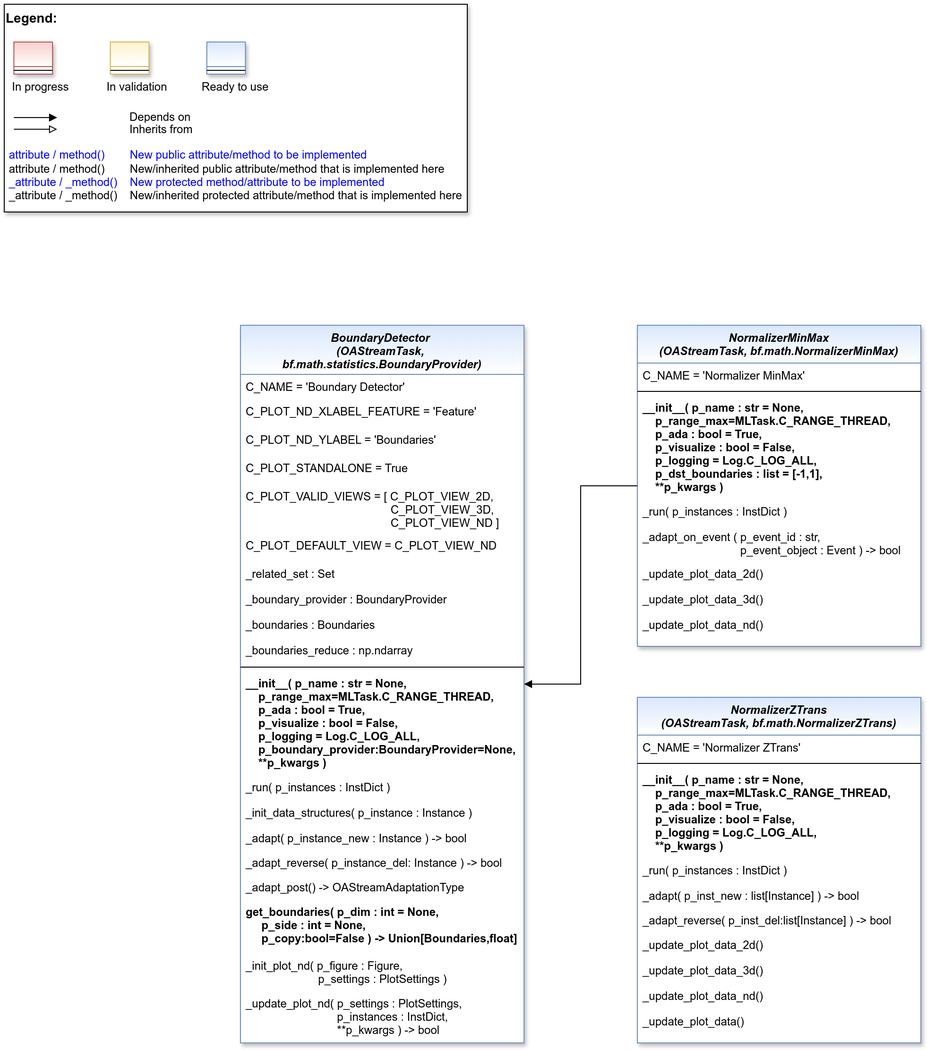
Before: doc/rtd/content/99_appendices/appendix2/sub/mlpro_oa/streams/10_preprocessing/images/MLPro-OA-Preprocessing-Tasks_class_diagram.drawio.png, a diagram exported from draw.io (fhswf/MLPro). Source tidied: cells renumbered, new cells last; positions are measured from the earlier drawing's top-left corner, leaving out a move shared by most shapes.
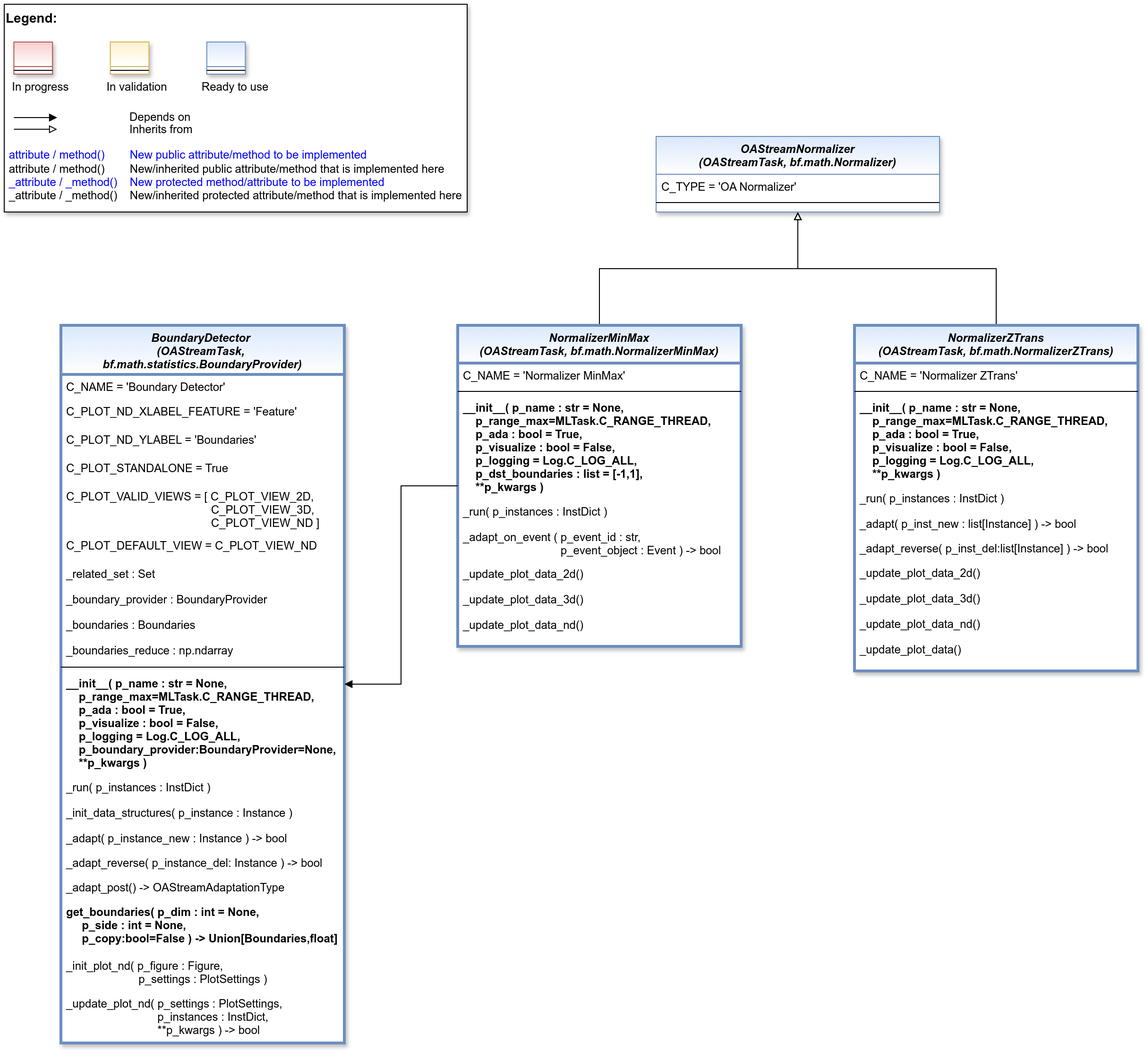
Above is the later version.

Diff of the diagram source:
```diff
@@ -43,8 +43,8 @@
     <mxCell id="11" style="line;html=1;strokeWidth=1;align=left;verticalAlign=middle;spacingTop=-1;spacingLeft=3;spacingRight=3;labelPosition=right;" parent="10" vertex="1">
       <mxGeometry y="26" width="40.8" height="8" as="geometry" />
     </mxCell>
-    <mxCell id="12" value="BoundaryDetector &#10;(OAStreamTask, &#10;bf.math.statistics.BoundaryProvider)" style="swimlane;fontStyle=3;align=center;verticalAlign=top;horizontal=1;startSize=52;rounded=0;shadow=1;strokeWidth=1;fillColor=#dae8fc;strokeColor=#6c8ebf;swimlaneFillColor=#ffffff;gradientColor=#FFFFFF;fontColor=default;" parent="1" vertex="1">
-      <mxGeometry x="250" y="340" width="300" height="760" as="geometry" />
+    <mxCell id="12" value="BoundaryDetector &#10;(OAStreamTask, &#10;bf.math.statistics.BoundaryProvider)" style="swimlane;fontStyle=3;align=center;verticalAlign=top;horizontal=1;startSize=52;rounded=0;shadow=1;strokeWidth=3;fillColor=#dae8fc;strokeColor=#6c8ebf;swimlaneFillColor=#ffffff;gradientColor=#FFFFFF;fontColor=default;" parent="1" vertex="1">
+      <mxGeometry x="60" y="340" width="300" height="760" as="geometry" />
     </mxCell>
     <mxCell id="13" value="C_NAME = 'Boundary Detector'" style="text;align=left;verticalAlign=top;spacingLeft=4;spacingRight=4;overflow=hidden;fontColor=default;" parent="12" vertex="1">
       <mxGeometry y="52" width="300" height="26" as="geometry" />
@@ -106,68 +106,83 @@
     <mxCell id="32" value="_update_plot_nd( p_settings : PlotSettings,&#10;                             p_instances : InstDict,&#10;                             **p_kwargs ) -&gt; bool" style="text;align=left;verticalAlign=top;spacingLeft=4;spacingRight=4;overflow=hidden;fontColor=default;" parent="12" vertex="1">
       <mxGeometry y="705" width="300" height="54" as="geometry" />
     </mxCell>
-    <mxCell id="33" value="NormalizerZTrans &#10;(OAStreamTask, bf.math.NormalizerZTrans)" style="swimlane;fontStyle=3;align=center;verticalAlign=top;horizontal=1;startSize=40;rounded=0;shadow=1;strokeWidth=1;fillColor=#dae8fc;strokeColor=#6c8ebf;swimlaneFillColor=#ffffff;gradientColor=#FFFFFF;" parent="1" vertex="1">
-      <mxGeometry x="670" y="734" width="300" height="366" as="geometry" />
+    <mxCell id="33" style="edgeStyle=orthogonalEdgeStyle;rounded=0;jettySize=auto;html=1;endArrow=block;endFill=0;" parent="1" edge="1" source="34" target="56">
+      <mxGeometry relative="1" as="geometry" />
     </mxCell>
-    <mxCell id="34" value="C_NAME = 'Normalizer ZTrans'" style="text;align=left;verticalAlign=top;spacingLeft=4;spacingRight=4;overflow=hidden;points=[[0,0.5],[1,0.5]];portConstraint=eastwest;fontColor=default;" parent="33" vertex="1">
-      <mxGeometry y="40" width="300" height="26" as="geometry" />
+    <mxCell id="34" value="NormalizerZTrans &#10;(OAStreamTask, bf.math.NormalizerZTrans)" style="swimlane;fontStyle=3;align=center;verticalAlign=top;horizontal=1;startSize=40;rounded=0;shadow=1;strokeWidth=3;fillColor=#dae8fc;strokeColor=#6c8ebf;swimlaneFillColor=#ffffff;gradientColor=#FFFFFF;" parent="1" vertex="1">
+      <mxGeometry x="900" y="340" width="300" height="366" as="geometry" />
     </mxCell>
-    <mxCell id="35" style="line;html=1;strokeWidth=1;align=left;verticalAlign=middle;spacingTop=-1;spacingLeft=3;spacingRight=3;labelPosition=right;" parent="33" vertex="1">
-      <mxGeometry y="66" width="300" height="8" as="geometry" />
+    <mxCell id="35" value="C_NAME = 'Normalizer ZTrans'" style="text;align=left;verticalAlign=top;spacingLeft=4;spacingRight=4;overflow=hidden;fontColor=default;" parent="34" vertex="1">
+      <mxGeometry y="40" width="300" height="26" as="geometry" />
     </mxCell>
-    <mxCell id="36" value="__init__( p_name : str = None,&#10;    p_range_max=MLTask.C_RANGE_THREAD,&#10;    p_ada : bool = True,&#10;    p_visualize : bool = False,&#10;    p_logging = Log.C_LOG_ALL,&#10;    **p_kwargs )" style="text;align=left;verticalAlign=top;spacingLeft=4;spacingRight=4;overflow=hidden;fontColor=default;fontStyle=1;" parent="33" vertex="1">
-      <mxGeometry y="74" width="300" height="96" as="geometry" />
+    <mxCell id="36" style="line;html=1;strokeWidth=1;align=left;verticalAlign=middle;spacingTop=-1;spacingLeft=3;spacingRight=3;labelPosition=right;" parent="34" vertex="1">
+      <mxGeometry y="66" width="300" height="8" as="geometry" />
     </mxCell>
-    <mxCell id="37" value="_run( p_instances : InstDict )" style="text;align=left;verticalAlign=top;spacingLeft=4;spacingRight=4;overflow=hidden;fontColor=default;" parent="33" vertex="1">
-      <mxGeometry y="170" width="300" height="27" as="geometry" />
+    <mxCell id="37" value="__init__( p_name : str = None,&#10;    p_range_max=MLTask.C_RANGE_THREAD,&#10;    p_ada : bool = True,&#10;    p_visualize : bool = False,&#10;    p_logging = Log.C_LOG_ALL,&#10;    **p_kwargs )" style="text;align=left;verticalAlign=top;spacingLeft=4;spacingRight=4;overflow=hidden;fontColor=default;fontStyle=1;" parent="34" vertex="1">
+      <mxGeometry y="74" width="300" height="96" as="geometry" />
     </mxCell>
-    <mxCell id="38" value="_adapt( p_inst_new : list[Instance] ) -&gt; bool" style="text;align=left;verticalAlign=top;spacingLeft=4;spacingRight=4;overflow=hidden;fontColor=default;" parent="33" vertex="1">
-      <mxGeometry y="197" width="300" height="26" as="geometry" />
+    <mxCell id="38" value="_run( p_instances : InstDict )" style="text;align=left;verticalAlign=top;spacingLeft=4;spacingRight=4;overflow=hidden;fontColor=default;" parent="34" vertex="1">
+      <mxGeometry y="170" width="300" height="27" as="geometry" />
     </mxCell>
-    <mxCell id="39" value="_adapt_reverse( p_inst_del:list[Instance] ) -&gt; bool" style="text;align=left;verticalAlign=top;spacingLeft=4;spacingRight=4;overflow=hidden;fontColor=default;" parent="33" vertex="1">
-      <mxGeometry y="223" width="300" height="26" as="geometry" />
+    <mxCell id="39" value="_adapt( p_inst_new : list[Instance] ) -&gt; bool" style="text;align=left;verticalAlign=top;spacingLeft=4;spacingRight=4;overflow=hidden;fontColor=default;" parent="34" vertex="1">
+      <mxGeometry y="197" width="300" height="26" as="geometry" />
     </mxCell>
-    <mxCell id="40" value="_update_plot_data_2d()" style="text;align=left;verticalAlign=top;spacingLeft=4;spacingRight=4;overflow=hidden;fontColor=default;" parent="33" vertex="1">
-      <mxGeometry y="249" width="300" height="27" as="geometry" />
+    <mxCell id="40" value="_adapt_reverse( p_inst_del:list[Instance] ) -&gt; bool" style="text;align=left;verticalAlign=top;spacingLeft=4;spacingRight=4;overflow=hidden;fontColor=default;" parent="34" vertex="1">
+      <mxGeometry y="223" width="300" height="26" as="geometry" />
     </mxCell>
-    <mxCell id="41" value="_update_plot_data_3d()" style="text;align=left;verticalAlign=top;spacingLeft=4;spacingRight=4;overflow=hidden;fontColor=default;" parent="33" vertex="1">
-      <mxGeometry y="276" width="300" height="27" as="geometry" />
+    <mxCell id="41" value="_update_plot_data_2d()" style="text;align=left;verticalAlign=top;spacingLeft=4;spacingRight=4;overflow=hidden;fontColor=default;" parent="34" vertex="1">
+      <mxGeometry y="249" width="300" height="27" as="geometry" />
     </mxCell>
-    <mxCell id="42" value="_update_plot_data_nd()" style="text;align=left;verticalAlign=top;spacingLeft=4;spacingRight=4;overflow=hidden;fontColor=default;" parent="33" vertex="1">
-      <mxGeometry y="303" width="300" height="27" as="geometry" />
+    <mxCell id="42" value="_update_plot_data_3d()" style="text;align=left;verticalAlign=top;spacingLeft=4;spacingRight=4;overflow=hidden;fontColor=default;" parent="34" vertex="1">
+      <mxGeometry y="276" width="300" height="27" as="geometry" />
     </mxCell>
-    <mxCell id="43" value="_update_plot_data()" style="text;align=left;verticalAlign=top;spacingLeft=4;spacingRight=4;overflow=hidden;fontColor=default;" parent="33" vertex="1">
-      <mxGeometry y="330" width="300" height="27" as="geometry" />
+    <mxCell id="43" value="_update_plot_data_nd()" style="text;align=left;verticalAlign=top;spacingLeft=4;spacingRight=4;overflow=hidden;fontColor=default;" parent="34" vertex="1">
+      <mxGeometry y="303" width="300" height="27" as="geometry" />
     </mxCell>
-    <mxCell id="44" value="NormalizerMinMax &#10;(OAStreamTask, bf.math.NormalizerMinMax)" style="swimlane;fontStyle=3;align=center;verticalAlign=top;horizontal=1;startSize=40;rounded=0;shadow=1;strokeWidth=1;fillColor=#dae8fc;strokeColor=#6c8ebf;swimlaneFillColor=#ffffff;gradientColor=#FFFFFF;" parent="1" vertex="1">
-      <mxGeometry x="670" y="340" width="300" height="340" as="geometry" />
+    <mxCell id="44" value="_update_plot_data()" style="text;align=left;verticalAlign=top;spacingLeft=4;spacingRight=4;overflow=hidden;points=[[0,0.5],[1,0.5]];portConstraint=eastwest;fontColor=default;" parent="34" vertex="1">
+      <mxGeometry y="330" width="300" height="27" as="geometry" />
     </mxCell>
-    <mxCell id="45" value="C_NAME = 'Normalizer MinMax'" style="text;align=left;verticalAlign=top;spacingLeft=4;spacingRight=4;overflow=hidden;fontColor=default;" parent="44" vertex="1">
-      <mxGeometry y="40" width="300" height="26" as="geometry" />
+    <mxCell id="45" style="edgeStyle=orthogonalEdgeStyle;rounded=0;jettySize=auto;html=1;endArrow=block;endFill=0;" parent="1" edge="1" source="46" target="56">
+      <mxGeometry relative="1" as="geometry" />
     </mxCell>
-    <mxCell id="46" style="line;html=1;strokeWidth=1;align=left;verticalAlign=middle;spacingTop=-1;spacingLeft=3;spacingRight=3;labelPosition=right;points=[];portConstraint=eastwest;" parent="44" vertex="1">
-      <mxGeometry y="66" width="300" height="8" as="geometry" />
+    <mxCell id="46" value="NormalizerMinMax &#10;(OAStreamTask, bf.math.NormalizerMinMax)" style="swimlane;fontStyle=3;align=center;verticalAlign=top;horizontal=1;startSize=40;rounded=0;shadow=1;strokeWidth=3;fillColor=#dae8fc;strokeColor=#6c8ebf;swimlaneFillColor=#ffffff;gradientColor=#FFFFFF;" parent="1" vertex="1">
+      <mxGeometry x="480" y="340" width="300" height="340" as="geometry" />
     </mxCell>
-    <mxCell id="47" value="__init__( p_name : str = None,&#10;    p_range_max=MLTask.C_RANGE_THREAD,&#10;    p_ada : bool = True,&#10;    p_visualize : bool = False,&#10;    p_logging = Log.C_LOG_ALL,&#10;    p_dst_boundaries : list = [-1,1],&#10;    **p_kwargs )" style="text;align=left;verticalAlign=top;spacingLeft=4;spacingRight=4;overflow=hidden;fontColor=default;fontStyle=1;" parent="44" vertex="1">
-      <mxGeometry y="74" width="300" height="110" as="geometry" />
+    <mxCell id="47" value="C_NAME = 'Normalizer MinMax'" style="text;align=left;verticalAlign=top;spacingLeft=4;spacingRight=4;overflow=hidden;fontColor=default;" parent="46" vertex="1">
+      <mxGeometry y="40" width="300" height="26" as="geometry" />
     </mxCell>
-    <mxCell id="48" value="_run( p_instances : InstDict )" style="text;align=left;verticalAlign=top;spacingLeft=4;spacingRight=4;overflow=hidden;fontColor=default;" parent="44" vertex="1">
-      <mxGeometry y="184" width="300" height="27" as="geometry" />
+    <mxCell id="48" style="line;html=1;strokeWidth=1;align=left;verticalAlign=middle;spacingTop=-1;spacingLeft=3;spacingRight=3;labelPosition=right;" parent="46" vertex="1">
+      <mxGeometry y="66" width="300" height="8" as="geometry" />
     </mxCell>
-    <mxCell id="49" value="_adapt_on_event ( p_event_id : str, &#10;                               p_event_object : Event ) -&gt; bool" style="text;align=left;verticalAlign=top;spacingLeft=4;spacingRight=4;overflow=hidden;fontColor=default;" parent="44" vertex="1">
-      <mxGeometry y="211" width="300" height="39" as="geometry" />
+    <mxCell id="49" value="__init__( p_name : str = None,&#10;    p_range_max=MLTask.C_RANGE_THREAD,&#10;    p_ada : bool = True,&#10;    p_visualize : bool = False,&#10;    p_logging = Log.C_LOG_ALL,&#10;    p_dst_boundaries : list = [-1,1],&#10;    **p_kwargs )" style="text;align=left;verticalAlign=top;spacingLeft=4;spacingRight=4;overflow=hidden;fontColor=default;fontStyle=1;" parent="46" vertex="1">
+      <mxGeometry y="74" width="300" height="110" as="geometry" />
     </mxCell>
-    <mxCell id="50" value="_update_plot_data_2d()" style="text;align=left;verticalAlign=top;spacingLeft=4;spacingRight=4;overflow=hidden;fontColor=default;" parent="44" vertex="1">
-      <mxGeometry y="250" width="300" height="27" as="geometry" />
+    <mxCell id="50" value="_run( p_instances : InstDict )" style="text;align=left;verticalAlign=top;spacingLeft=4;spacingRight=4;overflow=hidden;fontColor=default;" parent="46" vertex="1">
+      <mxGeometry y="184" width="300" height="27" as="geometry" />
     </mxCell>
-    <mxCell id="51" value="_update_plot_data_3d()" style="text;align=left;verticalAlign=top;spacingLeft=4;spacingRight=4;overflow=hidden;fontColor=default;" parent="44" vertex="1">
-      <mxGeometry y="277" width="300" height="27" as="geometry" />
+    <mxCell id="51" value="_adapt_on_event ( p_event_id : str, &#10;                               p_event_object : Event ) -&gt; bool" style="text;align=left;verticalAlign=top;spacingLeft=4;spacingRight=4;overflow=hidden;fontColor=default;" parent="46" vertex="1">
+      <mxGeometry y="211" width="300" height="39" as="geometry" />
     </mxCell>
-    <mxCell id="52" value="_update_plot_data_nd()" style="text;align=left;verticalAlign=top;spacingLeft=4;spacingRight=4;overflow=hidden;fontColor=default;" parent="44" vertex="1">
-      <mxGeometry y="304" width="300" height="27" as="geometry" />
+    <mxCell id="52" value="_update_plot_data_2d()" style="text;align=left;verticalAlign=top;spacingLeft=4;spacingRight=4;overflow=hidden;fontColor=default;" parent="46" vertex="1">
+      <mxGeometry y="250" width="300" height="27" as="geometry" />
     </mxCell>
-    <mxCell id="53" style="edgeStyle=orthogonalEdgeStyle;rounded=0;jettySize=auto;html=1;endArrow=block;endFill=1;" parent="1" edge="1" source="44" target="12">
-      <mxGeometry relative="1" as="geometry" />
+    <mxCell id="53" value="_update_plot_data_3d()" style="text;align=left;verticalAlign=top;spacingLeft=4;spacingRight=4;overflow=hidden;fontColor=default;" parent="46" vertex="1">
+      <mxGeometry y="277" width="300" height="27" as="geometry" />
     </mxCell>
+    <mxCell id="54" value="_update_plot_data_nd()" style="text;align=left;verticalAlign=top;spacingLeft=4;spacingRight=4;overflow=hidden;fontColor=default;" parent="46" vertex="1">
+      <mxGeometry y="304" width="300" height="27" as="geometry" />
+    </mxCell>
+    <mxCell id="55" style="edgeStyle=orthogonalEdgeStyle;rounded=0;jettySize=auto;html=1;endArrow=block;endFill=1;" parent="1" edge="1" source="46" target="12">
+      <mxGeometry relative="1" as="geometry" />
+    </mxCell>
+    <mxCell id="56" value="OAStreamNormalizer&#10;(OAStreamTask, bf.math.Normalizer)" style="swimlane;fontStyle=3;align=center;verticalAlign=top;horizontal=1;startSize=40;rounded=0;shadow=1;strokeWidth=1;fillColor=#dae8fc;strokeColor=#6c8ebf;swimlaneFillColor=#ffffff;gradientColor=#FFFFFF;" parent="1" vertex="1">
+      <mxGeometry x="690" y="140" width="300" height="80" as="geometry" />
+    </mxCell>
+    <mxCell id="57" value="C_TYPE = 'OA Normalizer'" style="text;align=left;verticalAlign=top;spacingLeft=4;spacingRight=4;overflow=hidden;fontColor=default;" parent="56" vertex="1">
+      <mxGeometry y="40" width="300" height="26" as="geometry" />
+    </mxCell>
+    <mxCell id="58" style="line;html=1;strokeWidth=1;align=left;verticalAlign=middle;spacingTop=-1;spacingLeft=3;spacingRight=3;labelPosition=right;" parent="56" vertex="1">
+      <mxGeometry y="66" width="300" height="8" as="geometry" />
+    </mxCell>
   </root>
 </mxGraphModel>
```
